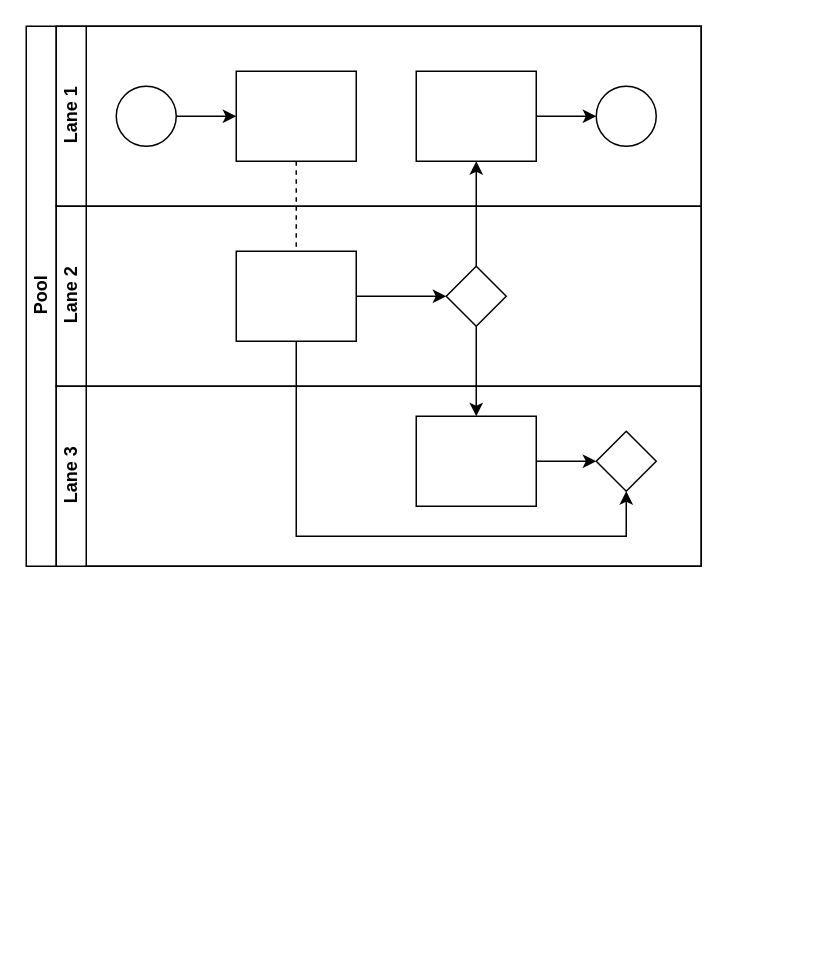
Before: Untitled Diagram.drawio in PhamHaiLong99/aaaaa, a draw.io diagram. Source tidied: cells renumbered, new cells numbered last; positions are measured from the earlier drawing's top-left corner, leaving out a move shared by most shapes. Both pictures are drawn from the tidied source at 150%, with x=0, y=0 at pixel (26, 26).
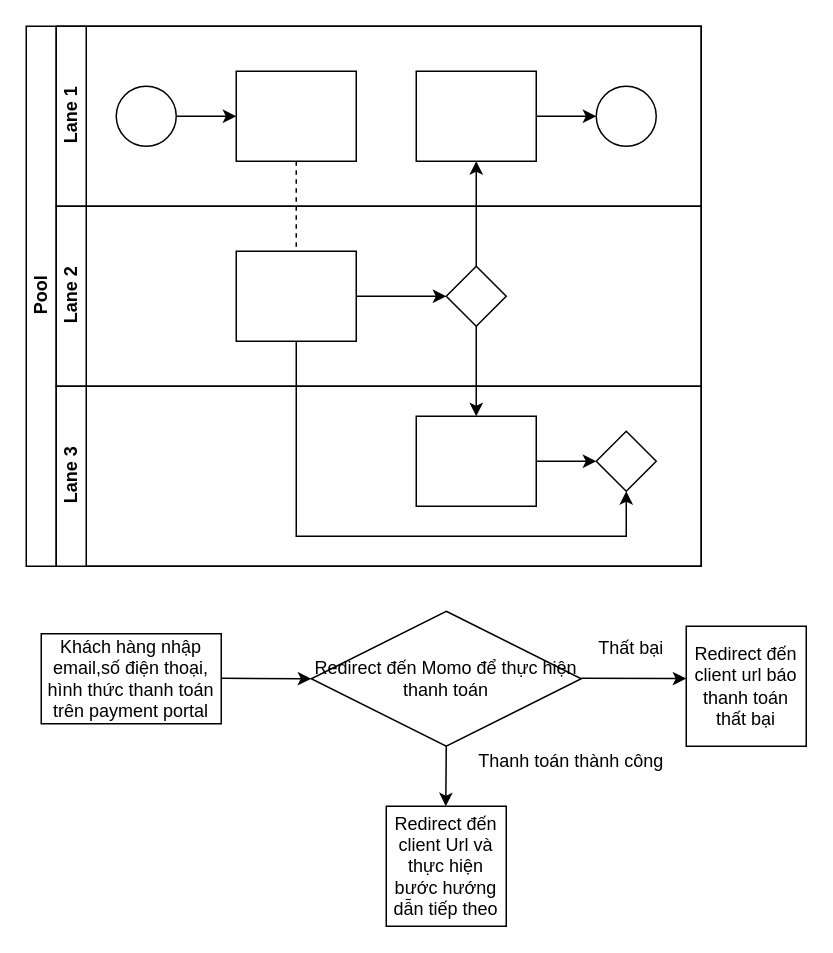
The same page after the edit.

What changed in the source:
```diff
@@
+    <mxCell id="22" value="Khách hàng nhập email,số điện thoại, hình thức thanh toán trên payment portal" style="rounded=0;whiteSpace=wrap;html=1;" parent="1" vertex="1">
+      <mxGeometry x="10" y="405" width="120" height="60" as="geometry" />
+    </mxCell>
+    <mxCell id="23" style="endArrow=classic;html=1;" parent="1" edge="1">
+      <mxGeometry relative="1" as="geometry">
+        <mxPoint x="130" y="434.7" as="sourcePoint" />
+        <mxPoint x="190" y="435" as="targetPoint" />
+      </mxGeometry>
+    </mxCell>
+    <mxCell id="24" value="&lt;span&gt;Redirect đến Momo để thực hiện thanh toán&lt;/span&gt;" style="rhombus;whiteSpace=wrap;html=1;" parent="1" vertex="1">
+      <mxGeometry x="190" y="390" width="180" height="90" as="geometry" />
+    </mxCell>
+    <mxCell id="25" value="Redirect đến client Url và thực hiện bước hướng dẫn tiếp theo" style="whiteSpace=wrap;html=1;" parent="1" vertex="1">
+      <mxGeometry x="240" y="520" width="80" height="80" as="geometry" />
+    </mxCell>
+    <mxCell id="26" style="endArrow=classic;html=1;exitX=0.5;exitY=1;exitDx=0;exitDy=0;" parent="1" edge="1" source="24">
+      <mxGeometry relative="1" as="geometry">
+        <mxPoint x="279.7" y="520" as="targetPoint" />
+      </mxGeometry>
+    </mxCell>
+    <mxCell id="27" value="Thanh toán thành công" style="text;html=1;align=center;verticalAlign=middle;strokeColor=none;" parent="1" vertex="1">
+      <mxGeometry x="293" y="480" width="140" height="20" as="geometry" />
+    </mxCell>
+    <mxCell id="28" style="endArrow=classic;html=1;" parent="1" edge="1">
+      <mxGeometry relative="1" as="geometry">
+        <mxPoint x="370" y="434.7" as="sourcePoint" />
+        <mxPoint x="440" y="434.9" as="targetPoint" />
+      </mxGeometry>
+    </mxCell>
+    <mxCell id="29" value="Thất bại" style="text;html=1;align=center;verticalAlign=middle;strokeColor=none;" parent="1" vertex="1">
+      <mxGeometry x="373" y="405" width="60" height="20" as="geometry" />
+    </mxCell>
+    <mxCell id="30" value="Redirect đến client url báo thanh toán thất bại" style="whiteSpace=wrap;html=1;" parent="1" vertex="1">
+      <mxGeometry x="440" y="400" width="80" height="80" as="geometry" />
+    </mxCell>
```
